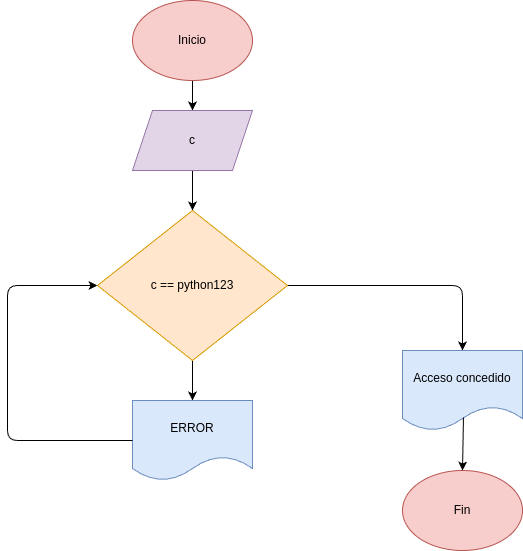
michaelmorales-web/taller_while_2 keeps this draw.io diagram as Ejercicio 1/diagrama.png. Above is the earlier version. Source tidied: cells renumbered, new cells last; positions are measured from the earlier drawing's top-left corner, leaving out a move shared by most shapes. The source it was exported from:
```xml
<mxGraphModel>
  <root>
    <mxCell id="0" />
    <mxCell id="1" parent="0" />
    <mxCell id="2" style="edgeStyle=none;html=1;" parent="1" edge="1" source="3" target="5">
      <mxGeometry relative="1" as="geometry" />
    </mxCell>
    <mxCell id="3" value="Inicio" style="ellipse;whiteSpace=wrap;html=1;fillColor=#f8cecc;strokeColor=#b85450;" parent="1" vertex="1">
      <mxGeometry x="125" width="120" height="80" as="geometry" />
    </mxCell>
    <mxCell id="4" style="edgeStyle=none;html=1;" parent="1" edge="1" source="5" target="8">
      <mxGeometry relative="1" as="geometry" />
    </mxCell>
    <mxCell id="5" value="c" style="shape=parallelogram;perimeter=parallelogramPerimeter;whiteSpace=wrap;html=1;fixedSize=1;fillColor=#e1d5e7;strokeColor=#9673a6;" parent="1" vertex="1">
      <mxGeometry x="125" y="110" width="120" height="60" as="geometry" />
    </mxCell>
    <mxCell id="6" style="edgeStyle=none;html=1;" parent="1" edge="1" source="8" target="9">
      <mxGeometry relative="1" as="geometry" />
    </mxCell>
    <mxCell id="7" style="edgeStyle=none;html=1;" parent="1" edge="1" source="8" target="11">
      <mxGeometry relative="1" as="geometry">
        <Array as="points">
          <mxPoint x="455" y="285" />
        </Array>
      </mxGeometry>
    </mxCell>
    <mxCell id="8" value="c == python123" style="rhombus;whiteSpace=wrap;html=1;fillColor=#ffe6cc;strokeColor=#d79b00;" parent="1" vertex="1">
      <mxGeometry x="90" y="210" width="190" height="150" as="geometry" />
    </mxCell>
    <mxCell id="9" value="ERROR" style="shape=document;whiteSpace=wrap;html=1;boundedLbl=1;fillColor=#dae8fc;strokeColor=#6c8ebf;" parent="1" vertex="1">
      <mxGeometry x="125" y="400" width="120" height="80" as="geometry" />
    </mxCell>
    <mxCell id="10" style="endArrow=classic;html=1;exitX=0;exitY=0.5;exitDx=0;exitDy=0;entryX=0;entryY=0.5;entryDx=0;entryDy=0;" parent="1" edge="1" source="9" target="8">
      <mxGeometry relative="1" as="geometry">
        <Array as="points">
          <mxPoint y="440" />
          <mxPoint y="285" />
        </Array>
      </mxGeometry>
    </mxCell>
    <mxCell id="11" value="Acceso concedido" style="shape=document;whiteSpace=wrap;html=1;boundedLbl=1;fillColor=#dae8fc;strokeColor=#6c8ebf;" parent="1" vertex="1">
      <mxGeometry x="395" y="350" width="120" height="80" as="geometry" />
    </mxCell>
    <mxCell id="12" value="Fin" style="ellipse;whiteSpace=wrap;html=1;fillColor=#f8cecc;strokeColor=#b85450;" parent="1" vertex="1">
      <mxGeometry x="395" y="470" width="120" height="80" as="geometry" />
    </mxCell>
    <mxCell id="13" style="endArrow=classic;html=1;exitX=0.508;exitY=0.838;exitDx=0;exitDy=0;exitPerimeter=0;entryX=0.5;entryY=0;entryDx=0;entryDy=0;" parent="1" edge="1" source="11" target="12">
      <mxGeometry relative="1" as="geometry" />
    </mxCell>
  </root>
</mxGraphModel>
```
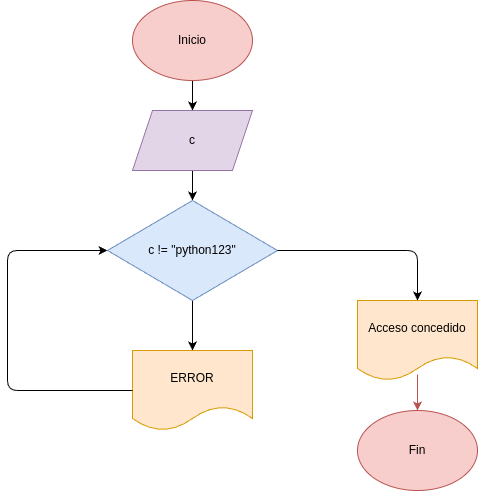
Above is the later version.

Commit message:
Se actualiza el archivo con diseño y analisis

The edit, as a diff of the source:
```diff
@@ -8,44 +8,44 @@
     <mxCell id="3" value="Inicio" style="ellipse;whiteSpace=wrap;html=1;fillColor=#f8cecc;strokeColor=#b85450;" parent="1" vertex="1">
       <mxGeometry x="125" width="120" height="80" as="geometry" />
     </mxCell>
+    <mxCell id="14" style="edgeStyle=none;html=1;" parent="1" edge="1" source="5" target="15">
+      <mxGeometry relative="1" as="geometry" />
+    </mxCell>
+    <mxCell id="5" value="c" style="shape=parallelogram;perimeter=parallelogramPerimeter;whiteSpace=wrap;html=1;fixedSize=1;fillColor=#e1d5e7;strokeColor=#9673a6;" parent="1" vertex="1">
+      <mxGeometry x="125" y="110" width="120" height="60" as="geometry" />
+    </mxCell>
-    <mxCell id="4" style="edgeStyle=none;html=1;" parent="1" edge="1" source="5" target="8">
+    <mxCell id="4" style="edgeStyle=none;html=1;" parent="1" edge="1" source="15" target="8">
       <mxGeometry relative="1" as="geometry" />
     </mxCell>
-    <mxCell id="5" value="c" style="shape=parallelogram;perimeter=parallelogramPerimeter;whiteSpace=wrap;html=1;fixedSize=1;fillColor=#e1d5e7;strokeColor=#9673a6;" parent="1" vertex="1">
-      <mxGeometry x="125" y="110" width="120" height="60" as="geometry" />
-    </mxCell>
-    <mxCell id="6" style="edgeStyle=none;html=1;" parent="1" edge="1" source="8" target="9">
-      <mxGeometry relative="1" as="geometry" />
-    </mxCell>
-    <mxCell id="7" style="edgeStyle=none;html=1;" parent="1" edge="1" source="8" target="11">
-      <mxGeometry relative="1" as="geometry">
-        <Array as="points">
-          <mxPoint x="455" y="285" />
-        </Array>
-      </mxGeometry>
-    </mxCell>
+    <mxCell id="15" value="c != &quot;python123&quot;" style="rhombus;whiteSpace=wrap;html=1;fillColor=#dae8fc;strokeColor=#6c8ebf;" parent="1" vertex="1">
+      <mxGeometry x="100" y="200" width="170" height="100" as="geometry" />
+    </mxCell>
-    <mxCell id="8" value="c == python123" style="rhombus;whiteSpace=wrap;html=1;fillColor=#ffe6cc;strokeColor=#d79b00;" parent="1" vertex="1">
-      <mxGeometry x="90" y="210" width="190" height="150" as="geometry" />
+    <mxCell id="8" value="ERROR" style="shape=document;whiteSpace=wrap;html=1;boundedLbl=1;fillColor=#ffe6cc;strokeColor=#d79b00;" parent="1" vertex="1">
+      <mxGeometry x="125" y="350" width="120" height="80" as="geometry" />
     </mxCell>
-    <mxCell id="9" value="ERROR" style="shape=document;whiteSpace=wrap;html=1;boundedLbl=1;fillColor=#dae8fc;strokeColor=#6c8ebf;" parent="1" vertex="1">
-      <mxGeometry x="125" y="400" width="120" height="80" as="geometry" />
+    <mxCell id="9" value="Acceso concedido" style="shape=document;whiteSpace=wrap;html=1;boundedLbl=1;fillColor=#ffe6cc;strokeColor=#d79b00;" parent="1" vertex="1">
+      <mxGeometry x="350" y="300" width="120" height="80" as="geometry" />
     </mxCell>
+    <mxCell id="6" style="endArrow=classic;html=1;exitX=0;exitY=0.5;exitDx=0;exitDy=0;entryX=0;entryY=0.5;entryDx=0;entryDy=0;" parent="1" edge="1" source="8" target="15">
+      <mxGeometry relative="1" as="geometry">
+        <Array as="points">
+          <mxPoint y="390" />
+          <mxPoint y="250" />
+        </Array>
+      </mxGeometry>
+    </mxCell>
-    <mxCell id="10" style="endArrow=classic;html=1;exitX=0;exitY=0.5;exitDx=0;exitDy=0;entryX=0;entryY=0.5;entryDx=0;entryDy=0;" parent="1" edge="1" source="9" target="8">
+    <mxCell id="10" style="endArrow=classic;html=1;exitX=1;exitY=0.5;exitDx=0;exitDy=0;entryX=0.5;entryY=0;entryDx=0;entryDy=0;" parent="1" edge="1" source="15" target="9">
       <mxGeometry relative="1" as="geometry">
         <Array as="points">
-          <mxPoint y="440" />
-          <mxPoint y="285" />
+          <mxPoint x="410" y="250" />
         </Array>
       </mxGeometry>
     </mxCell>
-    <mxCell id="11" value="Acceso concedido" style="shape=document;whiteSpace=wrap;html=1;boundedLbl=1;fillColor=#dae8fc;strokeColor=#6c8ebf;" parent="1" vertex="1">
-      <mxGeometry x="395" y="350" width="120" height="80" as="geometry" />
+    <mxCell id="11" value="Fin" style="ellipse;whiteSpace=wrap;html=1;fillColor=#f8cecc;strokeColor=#b85450;" parent="1" vertex="1">
+      <mxGeometry x="350" y="410" width="120" height="80" as="geometry" />
     </mxCell>
-    <mxCell id="12" value="Fin" style="ellipse;whiteSpace=wrap;html=1;fillColor=#f8cecc;strokeColor=#b85450;" parent="1" vertex="1">
-      <mxGeometry x="395" y="470" width="120" height="80" as="geometry" />
-    </mxCell>
-    <mxCell id="13" style="endArrow=classic;html=1;exitX=0.508;exitY=0.838;exitDx=0;exitDy=0;exitPerimeter=0;entryX=0.5;entryY=0;entryDx=0;entryDy=0;" parent="1" edge="1" source="11" target="12">
-      <mxGeometry relative="1" as="geometry" />
-    </mxCell>
+    <mxCell id="7" style="endArrow=classic;html=1;exitX=0.5;exitY=0.925;exitDx=0;exitDy=0;exitPerimeter=0;entryX=0.5;entryY=0;entryDx=0;entryDy=0;fillColor=#f8cecc;strokeColor=#b85450;" parent="1" edge="1" source="9" target="11">
+      <mxGeometry relative="1" as="geometry" />
+    </mxCell>
   </root>
 </mxGraphModel>
```
